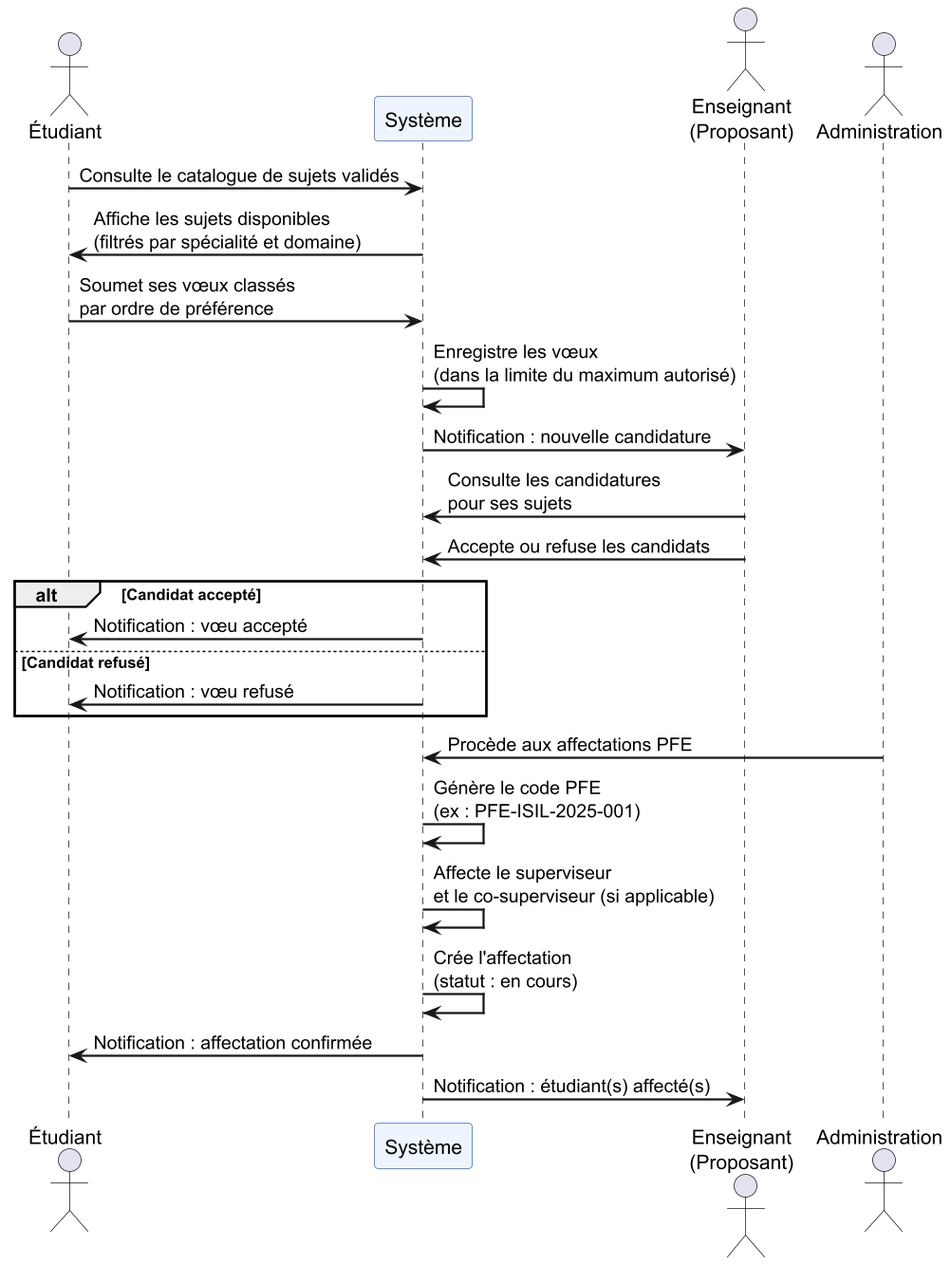
This is diagrams/seq-voeux-affectation.png from rhpo/pfe-enhanced, a PlantUML export, as it was before one commit.
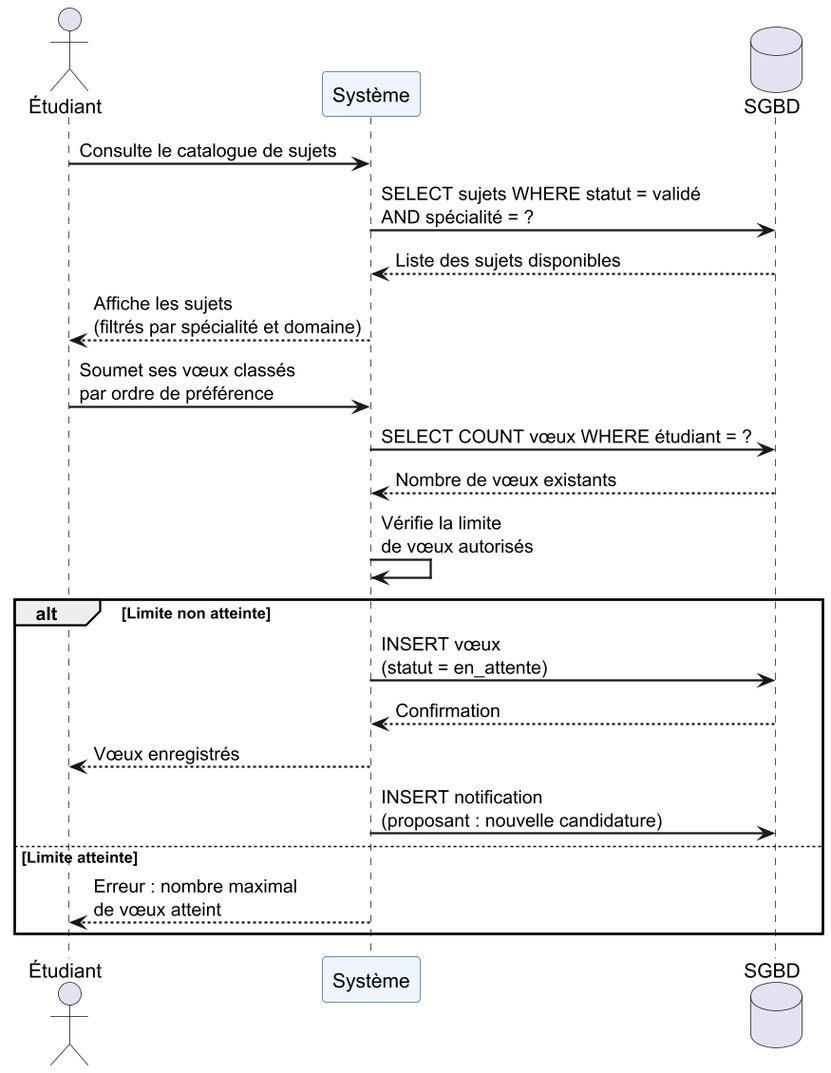
The same diagram one commit later.

The edit, as a diff of the source:
```diff
@@ -6,29 +6,24 @@
 
 actor "Étudiant" as E
 participant "Système" as S
-actor "Enseignant\n(Proposant)" as T
-actor "Administration" as A
+database "SGBD" as DB
 
-E -> S : Consulte le catalogue de sujets validés
-S -> E : Affiche les sujets disponibles\n(filtrés par spécialité et domaine)
+E -> S : Consulte le catalogue de sujets
+S -> DB : SELECT sujets WHERE statut = validé\nAND spécialité = ?
+DB --> S : Liste des sujets disponibles
+S --> E : Affiche les sujets\n(filtrés par spécialité et domaine)
 
 E -> S : Soumet ses vœux classés\npar ordre de préférence
-S -> S : Enregistre les vœux\n(dans la limite du maximum autorisé)
-S -> T : Notification : nouvelle candidature
+S -> DB : SELECT COUNT vœux WHERE étudiant = ?
+DB --> S : Nombre de vœux existants
+S -> S : Vérifie la limite\nde vœux autorisés
 
-T -> S : Consulte les candidatures\npour ses sujets
-T -> S : Accepte ou refuse les candidats
-
-alt Candidat accepté
-  S -> E : Notification : vœu accepté
-else Candidat refusé
-  S -> E : Notification : vœu refusé
+alt Limite non atteinte
+  S -> DB : INSERT vœux\n(statut = en_attente)
+  DB --> S : Confirmation
+  S --> E : Vœux enregistrés
+  S -> DB : INSERT notification\n(proposant : nouvelle candidature)
+else Limite atteinte
+  S --> E : Erreur : nombre maximal\nde vœux atteint
 end
-
-A -> S : Procède aux affectations PFE
-S -> S : Génère le code PFE\n(ex : PFE-ISIL-2025-001)
-S -> S : Affecte le superviseur\net le co-superviseur (si applicable)
-S -> S : Crée l'affectation\n(statut : en cours)
-S -> E : Notification : affectation confirmée
-S -> T : Notification : étudiant(s) affecté(s)
 @enduml
```
